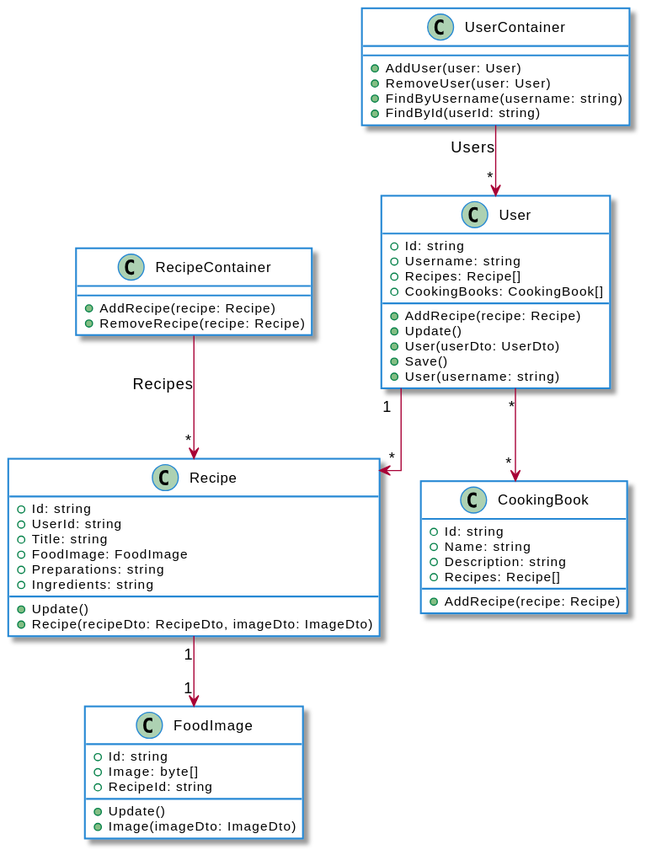
Before: svg/Domein.svg, a diagram exported from PlantUML (PepijnF/Kookboek).
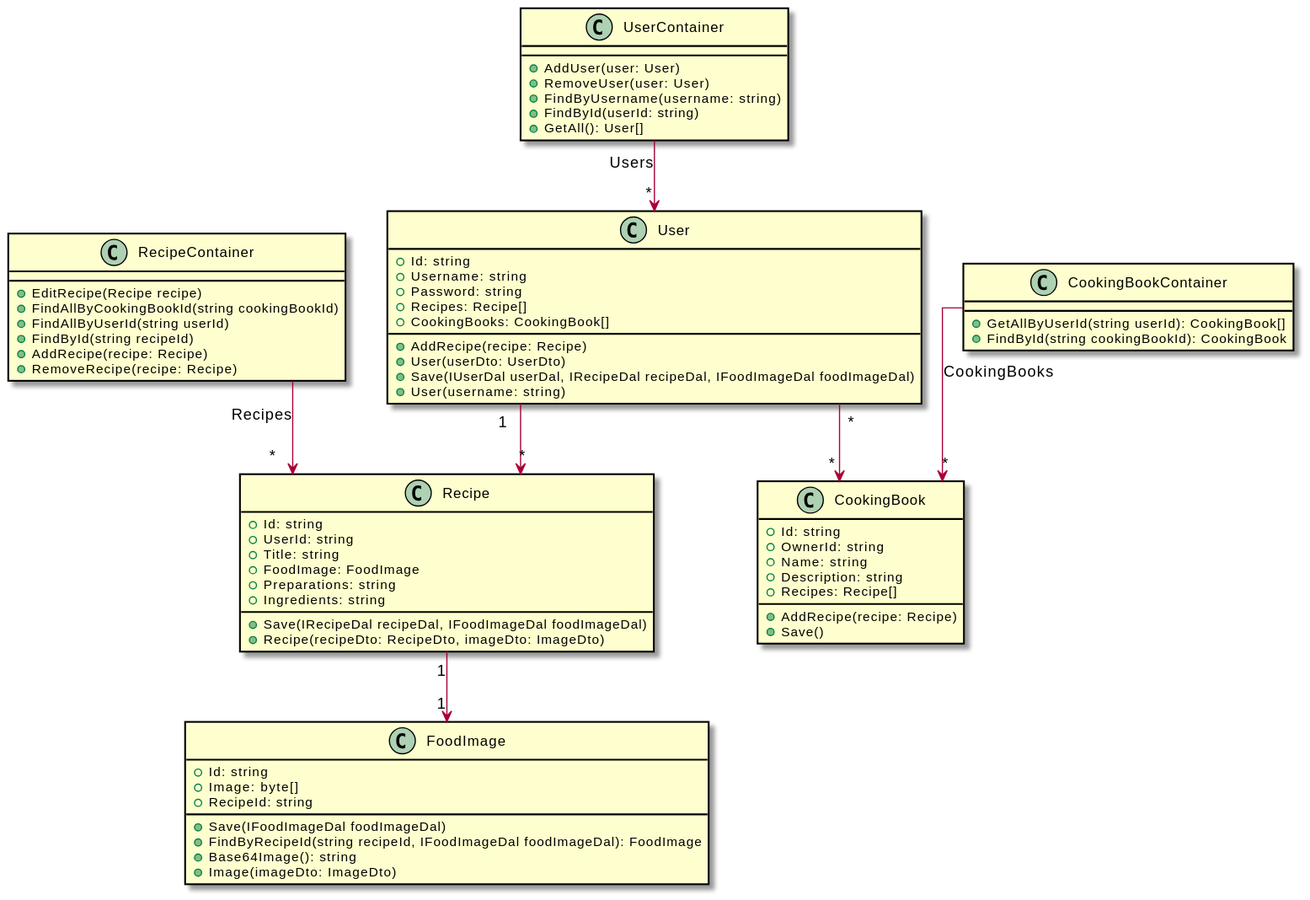
Above is the later version.

What changed in the source:
```diff
@@ -4,20 +4,19 @@
 skinparam handwritten false
 
 skinparam class {
-    BackgroundColor white
-    BorderColor #2688d4
+    BorderColor black
 }
 
 class User {
     + Id: string
     + Username: string
+    + Password: string
     + Recipes: Recipe[]
     + CookingBooks: CookingBook[]
 
     + AddRecipe(recipe: Recipe)
-    + Update()
     + User(userDto: UserDto)
-    + Save()
+    + Save(IUserDal userDal, IRecipeDal recipeDal, IFoodImageDal foodImageDal)
     + User(username: string)
 }
 
@@ -26,6 +25,7 @@
     + RemoveUser(user: User)
     + FindByUsername(username: string)
     + FindById(userId: string)
+    + GetAll(): User[]
 }
 
 class Recipe {
@@ -36,11 +36,15 @@
     + Preparations: string
     + Ingredients: string
 
-    + Update()
+    + Save(IRecipeDal recipeDal, IFoodImageDal foodImageDal)
     + Recipe(recipeDto: RecipeDto, imageDto: ImageDto)
 }
 
 class RecipeContainer {
+    + EditRecipe(Recipe recipe)
+    + FindAllByCookingBookId(string cookingBookId)
+    + FindAllByUserId(string userId)
+    + FindById(string recipeId)
     + AddRecipe(recipe: Recipe)
     + RemoveRecipe(recipe: Recipe)
 }
@@ -50,22 +54,32 @@
     + Image: byte[]
     + RecipeId: string
 
-    + Update()
+    + Save(IFoodImageDal foodImageDal)
+    + FindByRecipeId(string recipeId, IFoodImageDal foodImageDal): FoodImage
+    + Base64Image(): string
     + Image(imageDto: ImageDto)
 }
 
 class CookingBook {
     + Id: string
+    + OwnerId: string
     + Name: string
     + Description: string
     + Recipes: Recipe[]
 
     + AddRecipe(recipe: Recipe)
+    + Save()
+}
+
+class CookingBookContainer {
+    + GetAllByUserId(string userId): CookingBook[]
+    + FindById(string cookingBookId): CookingBook
 }
 
 UserContainer --> "*" User : Users
 RecipeContainer --> "*" Recipe : Recipes
 User "1" --> "*" Recipe
+CookingBookContainer --> "*" CookingBook: CookingBooks
 User "*" --> "*" CookingBook
 Recipe "1" --> "1" FoodImage
 @enduml
```
